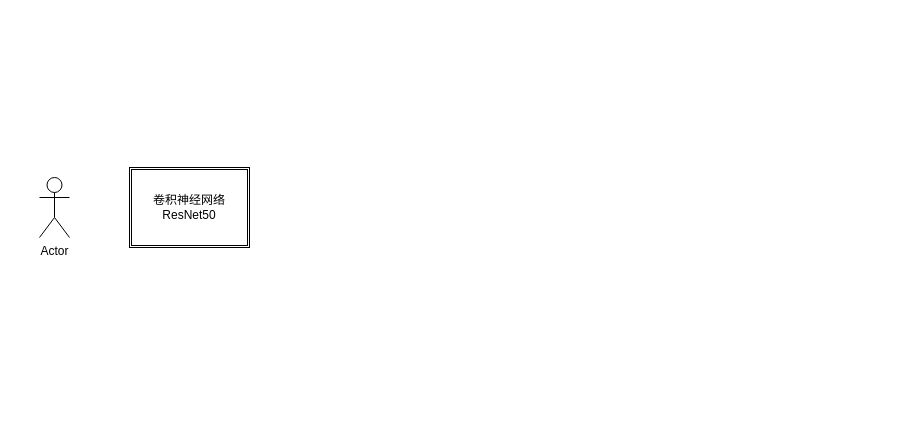
Before: page "第 2 页" (2 of 2) of img/ResNet50结构图.drawio in xjhjinhui/Hydraplus_Net, a draw.io diagram. Source tidied: cells renumbered, new cells numbered last; positions are measured from the earlier drawing's top-left corner, leaving out a move shared by most shapes. Both pictures are drawn from the tidied source at 100%, with x=0, y=0 at pixel (39, 167).
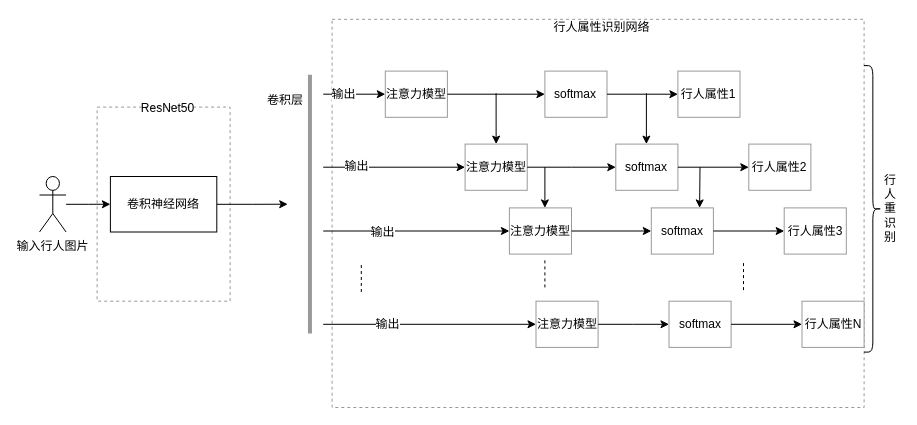
After the change.

Commit message (it also covers changes not shown here):
更新ResNet50结构图.drawio

The edit, as a diff of the source:
```diff
@@
+    <mxCell id="4" style="group;" parent="1" vertex="1">
+      <mxGeometry y="-150" width="860" height="390" as="geometry" />
+    </mxCell>
+    <mxCell id="5" style="rounded=0;whiteSpace=wrap;html=1;strokeColor=#999999;fontColor=#CCCCCC;dashed=1;" parent="4" vertex="1">
+      <mxGeometry x="292.6" y="1.8" width="532" height="388.2" as="geometry" />
+    </mxCell>
+    <mxCell id="6" style="rounded=0;whiteSpace=wrap;html=1;strokeColor=#999999;fontColor=#CCCCCC;dashed=1;" parent="4" vertex="1">
+      <mxGeometry x="57.6" y="89.6" width="133" height="194.1" as="geometry" />
+    </mxCell>
-    <mxCell id="2" value="Actor" style="shape=umlActor;verticalLabelPosition=bottom;labelBackgroundColor=#ffffff;verticalAlign=top;html=1;outlineConnect=0;" parent="1" vertex="1">
-      <mxGeometry y="10" width="30" height="60" as="geometry" />
+    <mxCell id="2" value="输入行人图片" style="shape=umlActor;verticalLabelPosition=bottom;labelBackgroundColor=#ffffff;verticalAlign=top;html=1;outlineConnect=0;" parent="4" vertex="1">
+      <mxGeometry y="159" width="26.6" height="55.5" as="geometry" />
     </mxCell>
-    <mxCell id="3" value="卷积神经网络&lt;br&gt;ResNet50" style="shape=ext;double=1;rounded=0;whiteSpace=wrap;html=1;" parent="1" vertex="1">
-      <mxGeometry x="90" width="120" height="80" as="geometry" />
-    </mxCell>
+    <mxCell id="7" style="edgeStyle=orthogonalEdgeStyle;rounded=0;jettySize=auto;html=1;entryX=0.5;entryY=1;entryDx=0;entryDy=0;" parent="4" edge="1" source="8">
+      <mxGeometry relative="1" as="geometry">
+        <mxPoint x="248.2" y="186.7" as="targetPoint" />
+      </mxGeometry>
+    </mxCell>
+    <mxCell id="8" value="卷积神经网络" style="rounded=0;whiteSpace=wrap;html=1;" parent="4" vertex="1">
+      <mxGeometry x="70.9" y="159" width="106.4" height="55.5" as="geometry" />
+    </mxCell>
+    <mxCell id="9" style="edgeStyle=orthogonalEdgeStyle;rounded=0;jettySize=auto;html=1;entryX=0;entryY=0.5;entryDx=0;entryDy=0;" parent="4" edge="1" source="2" target="8">
+      <mxGeometry relative="1" as="geometry" />
+    </mxCell>
+    <mxCell id="10" style="line;strokeWidth=4;direction=south;html=1;perimeter=backbonePerimeter;fontColor=#CCCCCC;strokeColor=#999999;" parent="4" vertex="1">
+      <mxGeometry x="266" y="57.3" width="8.9" height="258.8" as="geometry" />
+    </mxCell>
+    <mxCell id="11" value="ResNet50" style="text;html=1;align=center;verticalAlign=middle;fontColor=#000000;" parent="4" vertex="1">
+      <mxGeometry x="93.1" y="81.3" width="70" height="20" as="geometry" />
+    </mxCell>
+    <mxCell id="12" style="endArrow=classic;html=1;fontColor=#000000;entryX=0;entryY=0.5;entryDx=0;entryDy=0;" parent="4" edge="1" target="20">
+      <mxGeometry relative="1" as="geometry">
+        <mxPoint x="283.7" y="76.7" as="sourcePoint" />
+      </mxGeometry>
+    </mxCell>
+    <mxCell id="13" value="输出" style="text;html=1;align=center;verticalAlign=middle;labelBackgroundColor=#ffffff;fontColor=#000000;" parent="12" vertex="1">
+      <mxGeometry x="-0.37" relative="1" as="geometry" />
+    </mxCell>
+    <mxCell id="14" style="endArrow=classic;html=1;fontColor=#000000;entryX=0;entryY=0.5;entryDx=0;entryDy=0;" parent="4" edge="1" target="21">
+      <mxGeometry relative="1" as="geometry">
+        <mxPoint x="283.7" y="149.7" as="sourcePoint" />
+      </mxGeometry>
+    </mxCell>
+    <mxCell id="15" value="输出" style="text;html=1;align=center;verticalAlign=middle;labelBackgroundColor=#ffffff;fontColor=#000000;" parent="14" vertex="1">
+      <mxGeometry x="-0.53" y="1" relative="1" as="geometry" />
+    </mxCell>
+    <mxCell id="16" style="endArrow=classic;html=1;fontColor=#000000;entryX=0;entryY=0.5;entryDx=0;entryDy=0;" parent="4" edge="1" target="22">
+      <mxGeometry relative="1" as="geometry">
+        <mxPoint x="283.7" y="213.5" as="sourcePoint" />
+      </mxGeometry>
+    </mxCell>
+    <mxCell id="17" value="输出" style="text;html=1;align=center;verticalAlign=middle;labelBackgroundColor=#ffffff;fontColor=#000000;" parent="16" vertex="1">
+      <mxGeometry x="-0.37" y="-1" relative="1" as="geometry" />
+    </mxCell>
+    <mxCell id="18" style="endArrow=classic;html=1;fontColor=#000000;entryX=0;entryY=0.5;entryDx=0;entryDy=0;" parent="4" edge="1" target="23">
+      <mxGeometry relative="1" as="geometry">
+        <mxPoint x="283.7" y="306.8" as="sourcePoint" />
+      </mxGeometry>
+    </mxCell>
+    <mxCell id="19" value="输出" style="text;html=1;align=center;verticalAlign=middle;labelBackgroundColor=#ffffff;fontColor=#000000;" parent="18" vertex="1">
+      <mxGeometry x="-0.4" relative="1" as="geometry" />
+    </mxCell>
+    <mxCell id="20" value="注意力模型" style="rounded=0;whiteSpace=wrap;html=1;strokeColor=#999999;fontColor=#000000;" parent="4" vertex="1">
+      <mxGeometry x="345.8" y="53.6" width="62.1" height="46.2" as="geometry" />
+    </mxCell>
+    <mxCell id="21" value="注意力模型" style="rounded=0;whiteSpace=wrap;html=1;strokeColor=#999999;fontColor=#000000;" parent="4" vertex="1">
+      <mxGeometry x="425.6" y="126.6" width="62.1" height="46.2" as="geometry" />
+    </mxCell>
+    <mxCell id="22" value="注意力模型" style="rounded=0;whiteSpace=wrap;html=1;strokeColor=#999999;fontColor=#000000;" parent="4" vertex="1">
+      <mxGeometry x="469.9" y="190.4" width="62.1" height="46.2" as="geometry" />
+    </mxCell>
+    <mxCell id="23" value="注意力模型" style="rounded=0;whiteSpace=wrap;html=1;strokeColor=#999999;fontColor=#000000;" parent="4" vertex="1">
+      <mxGeometry x="496.5" y="283.7" width="62.1" height="46.2" as="geometry" />
+    </mxCell>
+    <mxCell id="24" style="endArrow=none;dashed=1;html=1;fontColor=#000000;" parent="4" edge="1">
+      <mxGeometry relative="1" as="geometry">
+        <mxPoint x="505.4" y="269.9" as="sourcePoint" />
+        <mxPoint x="505.4" y="242.1" as="targetPoint" />
+      </mxGeometry>
+    </mxCell>
+    <mxCell id="25" style="endArrow=classic;html=1;fontColor=#000000;entryX=0.5;entryY=0;entryDx=0;entryDy=0;" parent="4" edge="1" target="21">
+      <mxGeometry relative="1" as="geometry">
+        <mxPoint x="456.6" y="75.8" as="sourcePoint" />
+      </mxGeometry>
+    </mxCell>
+    <mxCell id="26" value="softmax" style="rounded=0;whiteSpace=wrap;html=1;strokeColor=#999999;fontColor=#000000;" parent="4" vertex="1">
+      <mxGeometry x="505.4" y="53.6" width="62.1" height="46.2" as="geometry" />
+    </mxCell>
+    <mxCell id="27" style="edgeStyle=orthogonalEdgeStyle;rounded=0;jettySize=auto;html=1;fontColor=#000000;entryX=0;entryY=0.5;entryDx=0;entryDy=0;" parent="4" edge="1" source="20" target="26">
+      <mxGeometry relative="1" as="geometry" />
+    </mxCell>
+    <mxCell id="28" value="行人属性1" style="rounded=0;whiteSpace=wrap;html=1;strokeColor=#999999;fontColor=#000000;" parent="4" vertex="1">
+      <mxGeometry x="638.4" y="53.6" width="62.1" height="46.2" as="geometry" />
+    </mxCell>
+    <mxCell id="29" style="edgeStyle=orthogonalEdgeStyle;rounded=0;jettySize=auto;html=1;fontColor=#000000;" parent="4" edge="1" source="26" target="28">
+      <mxGeometry relative="1" as="geometry" />
+    </mxCell>
+    <mxCell id="30" value="softmax" style="rounded=0;whiteSpace=wrap;html=1;strokeColor=#999999;fontColor=#000000;" parent="4" vertex="1">
+      <mxGeometry x="576.3" y="126.6" width="62.1" height="46.2" as="geometry" />
+    </mxCell>
+    <mxCell id="31" style="edgeStyle=orthogonalEdgeStyle;rounded=0;jettySize=auto;html=1;fontColor=#000000;entryX=0;entryY=0.5;entryDx=0;entryDy=0;" parent="4" edge="1" source="21" target="30">
+      <mxGeometry relative="1" as="geometry" />
+    </mxCell>
+    <mxCell id="32" value="行人属性2" style="rounded=0;whiteSpace=wrap;html=1;strokeColor=#999999;fontColor=#000000;" parent="4" vertex="1">
+      <mxGeometry x="709.3" y="126.6" width="62.1" height="46.2" as="geometry" />
+    </mxCell>
+    <mxCell id="33" style="edgeStyle=orthogonalEdgeStyle;rounded=0;jettySize=auto;html=1;fontColor=#000000;" parent="4" edge="1" source="30" target="32">
+      <mxGeometry relative="1" as="geometry" />
+    </mxCell>
+    <mxCell id="34" value="softmax" style="rounded=0;whiteSpace=wrap;html=1;strokeColor=#999999;fontColor=#000000;" parent="4" vertex="1">
+      <mxGeometry x="611.8" y="190.4" width="62.1" height="46.2" as="geometry" />
+    </mxCell>
+    <mxCell id="35" style="edgeStyle=orthogonalEdgeStyle;rounded=0;jettySize=auto;html=1;fontColor=#000000;entryX=0;entryY=0.5;entryDx=0;entryDy=0;" parent="4" edge="1" source="22" target="34">
+      <mxGeometry relative="1" as="geometry" />
+    </mxCell>
+    <mxCell id="36" value="行人属性3" style="rounded=0;whiteSpace=wrap;html=1;strokeColor=#999999;fontColor=#000000;" parent="4" vertex="1">
+      <mxGeometry x="744.7" y="190.4" width="62.1" height="46.2" as="geometry" />
+    </mxCell>
+    <mxCell id="37" style="edgeStyle=orthogonalEdgeStyle;rounded=0;jettySize=auto;html=1;fontColor=#000000;" parent="4" edge="1" source="34" target="36">
+      <mxGeometry relative="1" as="geometry" />
+    </mxCell>
+    <mxCell id="38" style="endArrow=classic;html=1;fontColor=#000000;entryX=0.5;entryY=0;entryDx=0;entryDy=0;" parent="4" edge="1">
+      <mxGeometry relative="1" as="geometry">
+        <mxPoint x="505.4" y="149.7" as="sourcePoint" />
+        <mxPoint x="505.4" y="190.4" as="targetPoint" />
+      </mxGeometry>
+    </mxCell>
+    <mxCell id="39" style="endArrow=classic;html=1;fontColor=#000000;entryX=0.5;entryY=0;entryDx=0;entryDy=0;" parent="4" edge="1">
+      <mxGeometry relative="1" as="geometry">
+        <mxPoint x="606.9" y="75.8" as="sourcePoint" />
+        <mxPoint x="606.9" y="126.6" as="targetPoint" />
+      </mxGeometry>
+    </mxCell>
+    <mxCell id="40" value="softmax" style="rounded=0;whiteSpace=wrap;html=1;strokeColor=#999999;fontColor=#000000;" parent="4" vertex="1">
+      <mxGeometry x="629.5" y="283.7" width="62.1" height="46.2" as="geometry" />
+    </mxCell>
+    <mxCell id="41" style="edgeStyle=orthogonalEdgeStyle;rounded=0;jettySize=auto;html=1;fontColor=#000000;entryX=0;entryY=0.5;entryDx=0;entryDy=0;" parent="4" edge="1" source="23" target="40">
+      <mxGeometry relative="1" as="geometry" />
+    </mxCell>
+    <mxCell id="42" value="行人属性N" style="rounded=0;whiteSpace=wrap;html=1;strokeColor=#999999;fontColor=#000000;" parent="4" vertex="1">
+      <mxGeometry x="762.5" y="283.7" width="62.1" height="46.2" as="geometry" />
+    </mxCell>
+    <mxCell id="43" style="edgeStyle=orthogonalEdgeStyle;rounded=0;jettySize=auto;html=1;fontColor=#000000;" parent="4" edge="1" source="40" target="42">
+      <mxGeometry relative="1" as="geometry" />
+    </mxCell>
+    <mxCell id="44" style="endArrow=none;dashed=1;html=1;fontColor=#000000;" parent="4" edge="1">
+      <mxGeometry relative="1" as="geometry">
+        <mxPoint x="321.8" y="274.5" as="sourcePoint" />
+        <mxPoint x="321.8" y="246.8" as="targetPoint" />
+      </mxGeometry>
+    </mxCell>
+    <mxCell id="45" style="endArrow=none;dashed=1;html=1;fontColor=#000000;" parent="4" edge="1">
+      <mxGeometry relative="1" as="geometry">
+        <mxPoint x="704" y="272.6" as="sourcePoint" />
+        <mxPoint x="704" y="244.9" as="targetPoint" />
+      </mxGeometry>
+    </mxCell>
+    <mxCell id="46" style="shape=curlyBracket;whiteSpace=wrap;html=1;rounded=1;strokeColor=#000000;fontColor=#000000;rotation=180;" parent="4" vertex="1">
+      <mxGeometry x="824.5" y="48.1" width="17.7" height="286.5" as="geometry" />
+    </mxCell>
+    <mxCell id="47" style="endArrow=classic;html=1;fontColor=#000000;entryX=0.5;entryY=0;entryDx=0;entryDy=0;" parent="4" edge="1">
+      <mxGeometry relative="1" as="geometry">
+        <mxPoint x="660.5" y="149.7" as="sourcePoint" />
+        <mxPoint x="660.1" y="190.4" as="targetPoint" />
+      </mxGeometry>
+    </mxCell>
+    <mxCell id="48" value="行人属性识别网络" style="text;html=1;align=center;verticalAlign=middle;fontColor=#000000;" parent="4" vertex="1">
+      <mxGeometry x="507.1" width="110" height="20" as="geometry" />
+    </mxCell>
+    <mxCell id="49" value="行人重识别" style="text;html=1;strokeColor=none;fillColor=none;align=center;verticalAlign=middle;whiteSpace=wrap;rounded=0;fontColor=#000000;direction=south;" parent="4" vertex="1">
+      <mxGeometry x="842.3" y="172.8" width="17.7" height="37" as="geometry" />
+    </mxCell>
+    <mxCell id="50" value="卷积层" style="text;html=1;strokeColor=none;fillColor=none;align=center;verticalAlign=middle;whiteSpace=wrap;rounded=0;fontColor=#000000;" parent="4" vertex="1">
+      <mxGeometry x="226" y="73" width="40" height="20" as="geometry" />
+    </mxCell>
```
